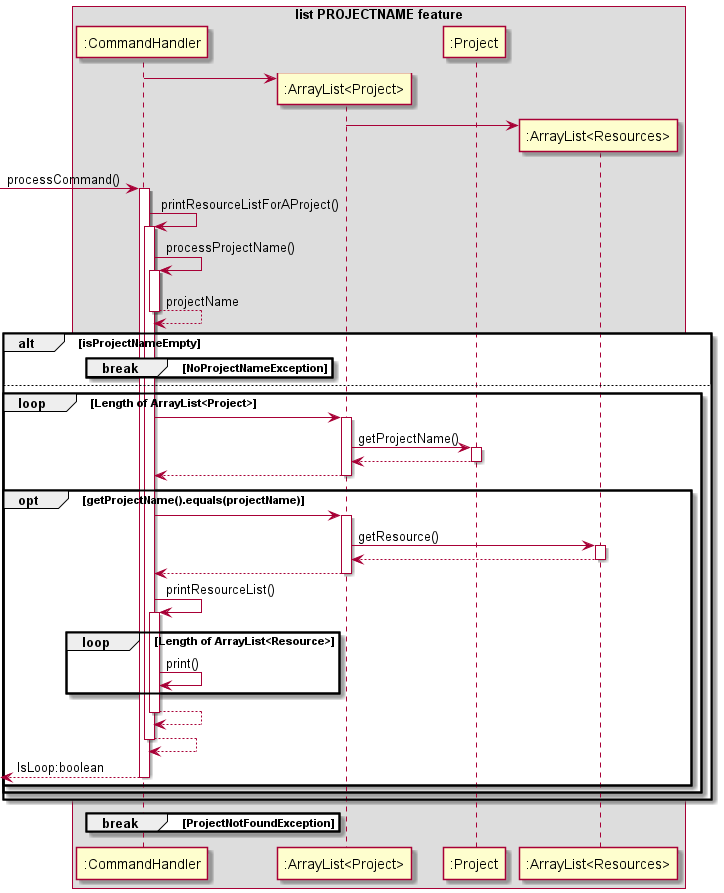
The PlantUML diagram docs/puml_img/listPROJECTNAMEfinal.png in s-t-e-f/tp, before a commit. Source of this version:
```plantuml
@startuml

box list PROJECTNAME feature
participant ":CommandHandler" as CH
participant ":ArrayList<Project>" as PA
participant ":Project" as PC
participant ":ArrayList<Resources>" as RA


create PA
CH -> PA

create RA
PA -> RA

[-> CH: processCommand()
activate CH

CH -> CH: printResourceListForAProject()
activate CH

CH -> CH: processProjectName()
activate CH
return projectName

alt isProjectNameEmpty
    break NoProjectNameException
    end
else
    loop Length of ArrayList<Project>
        CH -> PA
        activate PA
        PA -> PC: getProjectName()
        activate PC
        return
        return
        opt getProjectName().equals(projectName)
            CH -> PA:
            activate PA
            PA -> RA: getResource()
            activate RA
            return
            return
            CH -> CH: printResourceList()
            activate CH
            loop Length of ArrayList<Resource>
                CH -> CH: print()
            end
            return
            return
            return IsLoop:boolean
        end
    end
end
break ProjectNotFoundException
end
endbox
@enduml
```
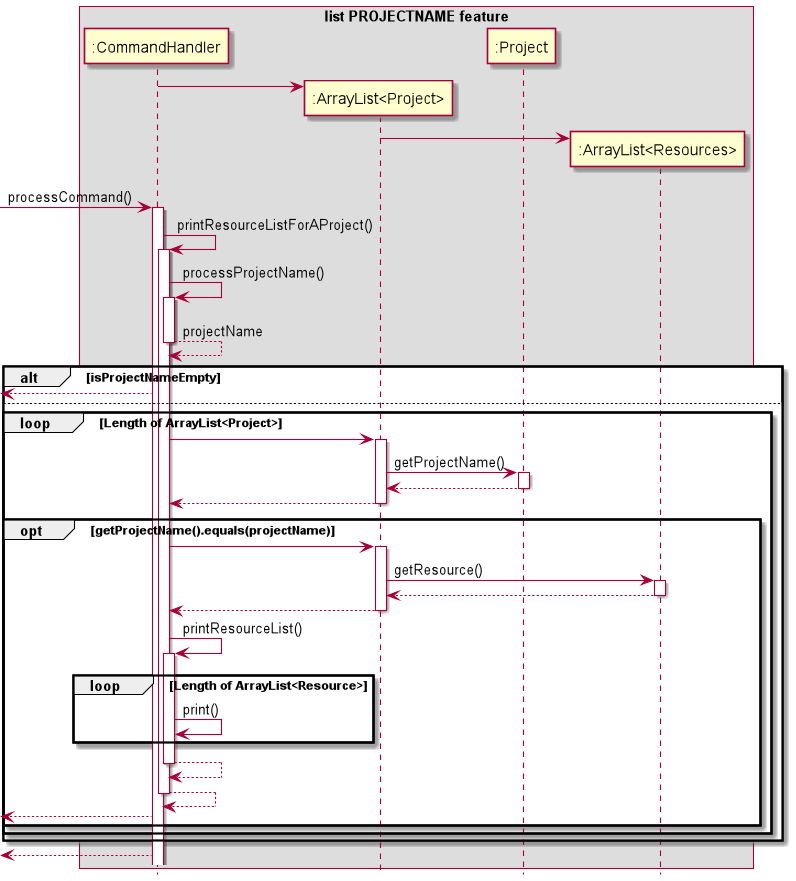
After the change.

Commit message:
Remove break blocks and replace them with return arrows and remove participants labels at the bottom.

Change to the diagram source:
```diff
@@ -1,5 +1,5 @@
 @startuml
-
+hide footbox
 box list PROJECTNAME feature
 participant ":CommandHandler" as CH
 participant ":ArrayList<Project>" as PA
@@ -24,8 +24,7 @@
 return projectName
 
 alt isProjectNameEmpty
-    break NoProjectNameException
-    end
+    CH -->[
 else
     loop Length of ArrayList<Project>
         CH -> PA
@@ -33,6 +32,7 @@
         PA -> PC: getProjectName()
         activate PC
         return
+
         return
         opt getProjectName().equals(projectName)
             CH -> PA:
@@ -40,6 +40,7 @@
             PA -> RA: getResource()
             activate RA
             return
+
             return
             CH -> CH: printResourceList()
             activate CH
@@ -48,11 +49,11 @@
             end
             return
             return
-            return IsLoop:boolean
+            CH -->[
         end
     end
 end
-break ProjectNotFoundException
-end
+CH -->[
 endbox
+
 @enduml
```
